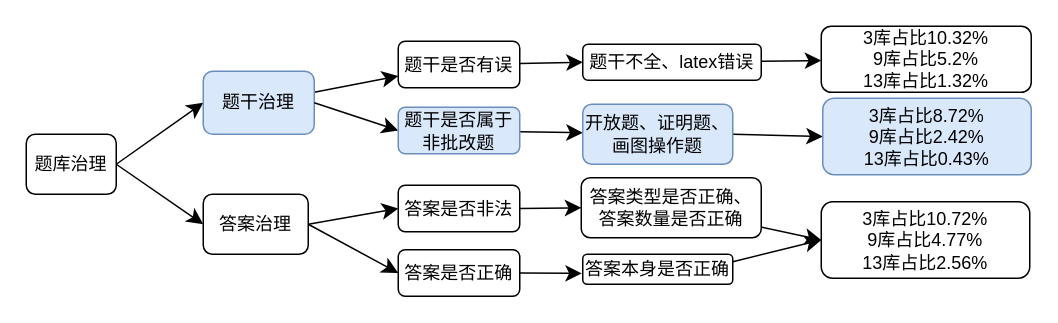
QinHsiu/plot_demo keeps this draw.io diagram as re.drawio. Above is the earlier version. Source tidied: cells renumbered, new cells numbered last; positions are measured from the earlier drawing's top-left corner, leaving out a move shared by most shapes. Both pictures are drawn from the tidied source at 150%, with x=0, y=0 at pixel (26, 26).
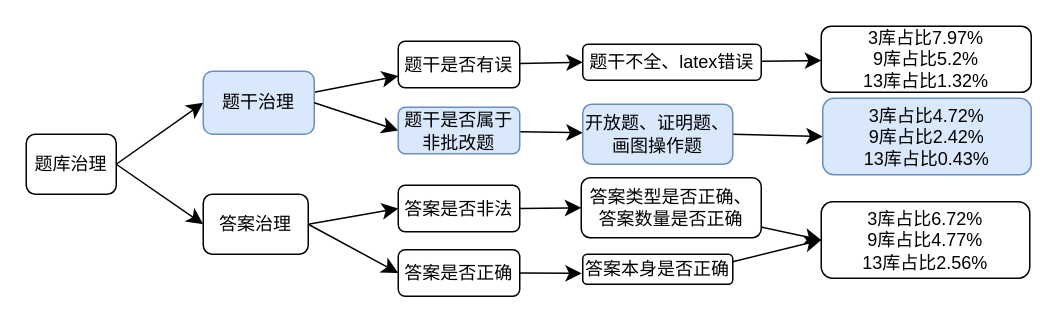
The same diagram, later.

The edit, as a diff of the source:
```diff
@@
-    <mxCell id="26" value="3库占比10.32%&lt;div&gt;9库占比5.2%&lt;/div&gt;&lt;div&gt;13库占比1.32%&lt;/div&gt;" style="whiteSpace=wrap;html=1;rounded=1;" parent="1" vertex="1">
+    <mxCell id="26" value="3库占比7.97%&lt;div&gt;9库占比5.2%&lt;/div&gt;&lt;div&gt;13库占比1.32%&lt;/div&gt;" style="whiteSpace=wrap;html=1;rounded=1;" parent="1" vertex="1">
       <mxGeometry x="530" width="140" height="44" as="geometry" />
     </mxCell>
-    <mxCell id="27" value="3库占比8.72%&lt;div&gt;9库占比2.42%&lt;/div&gt;&lt;div&gt;13库占比0.43%&lt;/div&gt;" style="whiteSpace=wrap;html=1;rounded=1;fillColor=#dae8fc;strokeColor=#6c8ebf;" parent="1" vertex="1">
+    <mxCell id="27" value="3库占比4.72%&lt;div&gt;9库占比2.42%&lt;/div&gt;&lt;div&gt;13库占比0.43%&lt;/div&gt;" style="whiteSpace=wrap;html=1;rounded=1;fillColor=#dae8fc;strokeColor=#6c8ebf;" parent="1" vertex="1">
       <mxGeometry x="531" y="48" width="139" height="51" as="geometry" />
     </mxCell>
-    <mxCell id="28" value="3库占比10.72%&lt;div&gt;9库占比4.77%&lt;/div&gt;&lt;div&gt;13库占比2.56%&lt;/div&gt;" style="whiteSpace=wrap;html=1;rounded=1;" parent="1" vertex="1">
+    <mxCell id="28" value="3库占比6.72%&lt;div&gt;9库占比4.77%&lt;/div&gt;&lt;div&gt;13库占比2.56%&lt;/div&gt;" style="whiteSpace=wrap;html=1;rounded=1;" parent="1" vertex="1">
       <mxGeometry x="530" y="117" width="139" height="51" as="geometry" />
     </mxCell>
```
